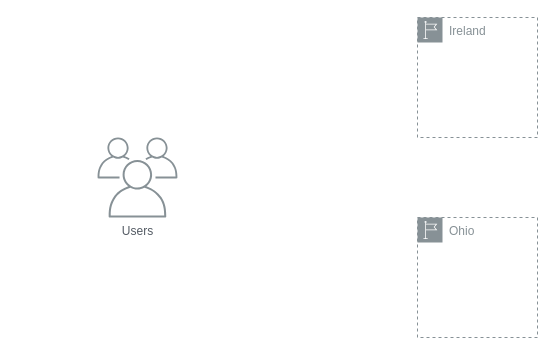
The draw.io diagram Untitled Diagram.drawio in surajnaik90/Architectures-Designs, before the edit. Source tidied: cells renumbered, new cells numbered last; positions are measured from the earlier drawing's top-left corner, leaving out a move shared by most shapes. Both pictures are drawn from the tidied source at 100%, with x=0, y=0 at pixel (97, 17).
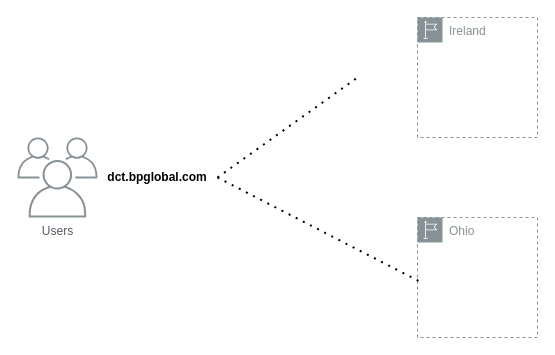
The same diagram, later.

The edit, as a diff of the source:
```diff
@@
 <mxGraphModel>
   <root>
     <mxCell id="0" />
     <mxCell id="1" parent="0" />
     <mxCell id="2" value="Ireland" style="sketch=0;gradientColor=none;html=1;whiteSpace=wrap;fontSize=12;fontStyle=0;shape=mxgraph.aws4.group;grIcon=mxgraph.aws4.group_region;strokeColor=#879196;fillColor=none;verticalAlign=top;align=left;spacingLeft=30;fontColor=#879196;dashed=1;" parent="1" vertex="1">
       <mxGeometry x="320" width="120" height="120" as="geometry" />
     </mxCell>
     <mxCell id="3" value="Ohio" style="sketch=0;gradientColor=none;html=1;whiteSpace=wrap;fontSize=12;fontStyle=0;shape=mxgraph.aws4.group;grIcon=mxgraph.aws4.group_region;strokeColor=#879196;fillColor=none;verticalAlign=top;align=left;spacingLeft=30;fontColor=#879196;dashed=1;" parent="1" vertex="1">
       <mxGeometry x="320" y="200" width="120" height="120" as="geometry" />
     </mxCell>
     <mxCell id="4" value="Users" style="sketch=0;gradientColor=none;fontColor=#545B64;strokeColor=none;fillColor=#879196;dashed=0;verticalLabelPosition=bottom;verticalAlign=top;align=center;html=1;fontSize=12;fontStyle=0;shape=mxgraph.aws4.illustration_users;" parent="1" vertex="1">
-      <mxGeometry y="120" width="80" height="80" as="geometry" />
+      <mxGeometry x="-80" y="120" width="80" height="80" as="geometry" />
     </mxCell>
+    <mxCell id="5" style="endArrow=none;dashed=1;html=1;dashPattern=1 3;strokeWidth=2;rounded=0;" parent="1" edge="1">
+      <mxGeometry relative="1" as="geometry">
+        <mxPoint x="120" y="160" as="sourcePoint" />
+        <mxPoint x="260" y="60" as="targetPoint" />
+      </mxGeometry>
+    </mxCell>
+    <mxCell id="6" style="endArrow=none;dashed=1;html=1;dashPattern=1 3;strokeWidth=2;rounded=0;" parent="1" edge="1">
+      <mxGeometry relative="1" as="geometry">
+        <mxPoint x="120" y="160" as="sourcePoint" />
+        <mxPoint x="322" y="263.9" as="targetPoint" />
+      </mxGeometry>
+    </mxCell>
+    <mxCell id="7" value="dct.bpglobal.com" style="text;html=1;strokeColor=none;fillColor=none;align=center;verticalAlign=middle;whiteSpace=wrap;rounded=0;fontStyle=1;" parent="1" vertex="1">
+      <mxGeometry x="30" y="145" width="60" height="30" as="geometry" />
+    </mxCell>
   </root>
 </mxGraphModel>
```
